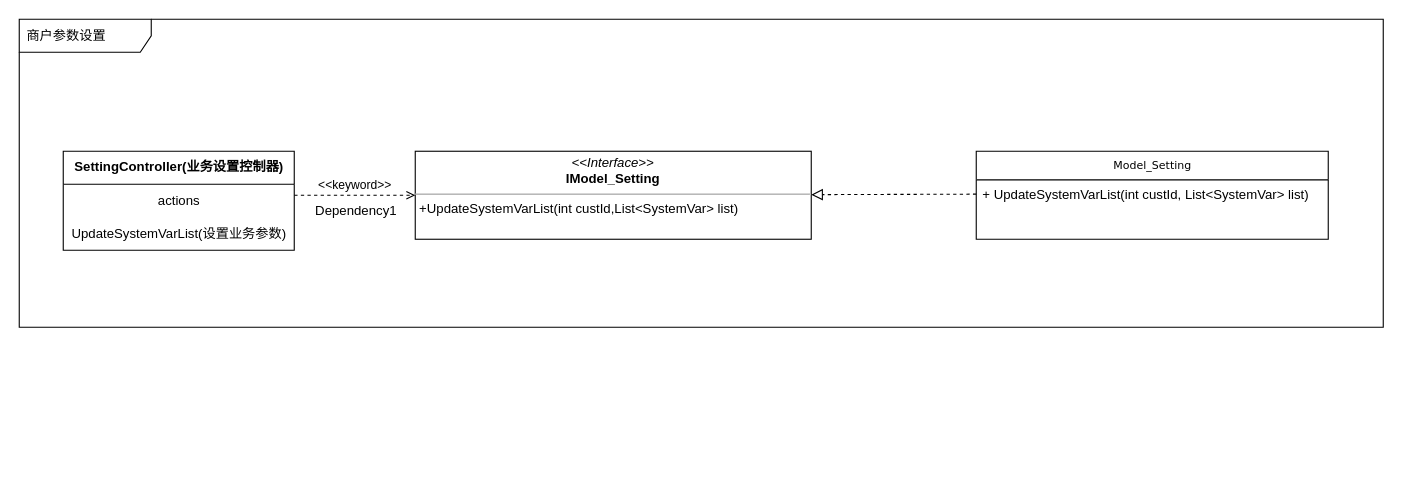
This is Kemai/后台商户参数设置类图.drawio from noobwu/diagrams, a draw.io file, before an edit. Source tidied: cells renumbered, new cells numbered last; positions are measured from the earlier drawing's top-left corner, leaving out a move shared by most shapes. Both pictures are drawn from the tidied source at 110%, with x=0, y=0 at pixel (19, 19).
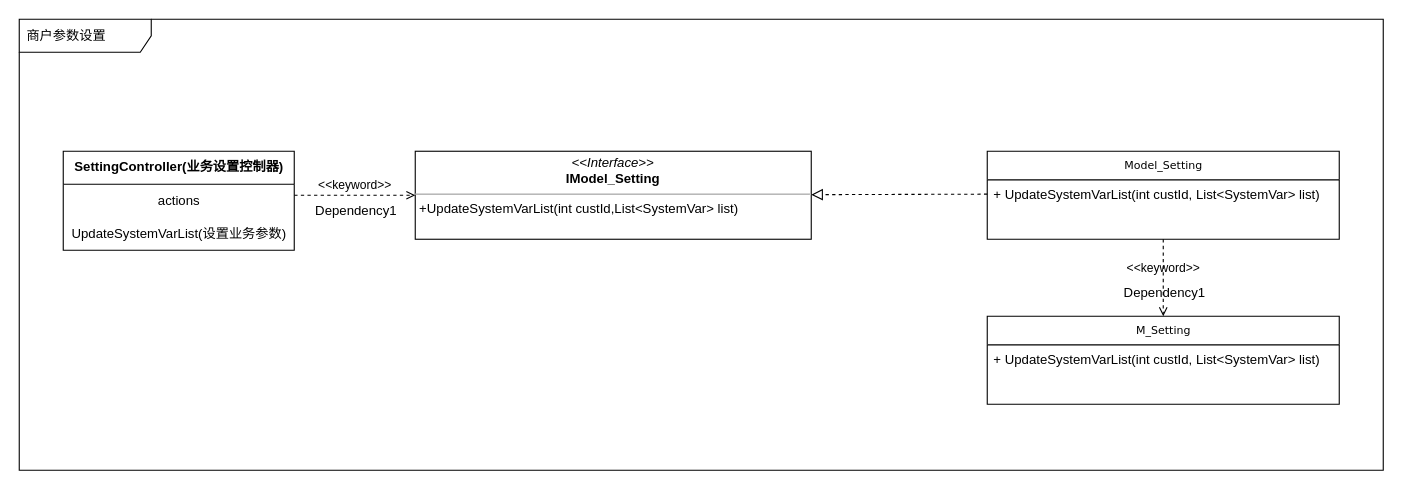
Above is the later version.

Commit message (it also covers changes not shown here):
Update 后台商户参数设置类图.drawio

The edit, as a diff of the source:
```diff
@@
 <mxGraphModel>
   <root>
     <mxCell id="0" />
     <mxCell id="1" parent="0" />
     <mxCell id="2" value="商户参数设置" style="shape=umlFrame;whiteSpace=wrap;html=1;width=120;height=30;boundedLbl=1;verticalAlign=middle;align=left;spacingLeft=5;" parent="1" vertex="1">
-      <mxGeometry width="1240" height="280" as="geometry" />
+      <mxGeometry width="1240" height="410" as="geometry" />
     </mxCell>
     <mxCell id="3" value="SettingController(业务设置控制器)" style="swimlane;fontStyle=1;align=center;verticalAlign=top;horizontal=1;startSize=30;html=1;fillColor=default;" parent="1" vertex="1">
       <mxGeometry x="40" y="120" width="210" height="90" as="geometry" />
     </mxCell>
     <mxCell id="4" value="actions" style="html=1;strokeColor=none;fillColor=none;align=center;verticalAlign=middle;spacingLeft=4;spacingRight=4;" parent="3" vertex="1">
       <mxGeometry y="30" width="210" height="30" as="geometry" />
     </mxCell>
     <mxCell id="5" value="UpdateSystemVarList(设置业务参数)" style="html=1;strokeColor=none;fillColor=none;align=center;verticalAlign=middle;spacingLeft=4;spacingRight=4;" parent="3" vertex="1">
       <mxGeometry y="60" width="210" height="30" as="geometry" />
     </mxCell>
     <mxCell id="6" value="&lt;p style=&quot;margin: 0px ; margin-top: 4px ; text-align: center&quot;&gt;&lt;i&gt;&amp;lt;&amp;lt;Interface&amp;gt;&amp;gt;&lt;/i&gt;&lt;br&gt;&lt;b&gt;IModel_Setting&lt;/b&gt;&lt;/p&gt;&lt;hr size=&quot;1&quot;&gt;&lt;p style=&quot;margin: 0px ; margin-left: 4px&quot;&gt;+UpdateSystemVarList(int custId,List&amp;lt;SystemVar&amp;gt; list)&lt;br&gt;&lt;br&gt;&lt;/p&gt;" style="verticalAlign=top;align=left;overflow=fill;fontSize=12;fontFamily=Helvetica;html=1;rounded=0;shadow=0;comic=0;labelBackgroundColor=none;strokeWidth=1;" parent="1" vertex="1">
       <mxGeometry x="360" y="120" width="360" height="80" as="geometry" />
     </mxCell>
     <mxCell id="7" value="Model_Setting" style="swimlane;html=1;fontStyle=0;horizontal=1;startSize=26;fillColor=none;swimlaneFillColor=#ffffff;rounded=0;shadow=0;comic=0;labelBackgroundColor=none;strokeWidth=1;fontFamily=Verdana;fontSize=10;align=center;" parent="1" vertex="1">
-      <mxGeometry x="870" y="120" width="320" height="80" as="geometry" />
+      <mxGeometry x="880" y="120" width="320" height="80" as="geometry" />
     </mxCell>
     <mxCell id="8" value="+&amp;nbsp;UpdateSystemVarList(int custId, List&amp;lt;SystemVar&amp;gt; list)" style="text;html=1;strokeColor=none;fillColor=none;align=left;verticalAlign=top;spacingLeft=4;spacingRight=4;whiteSpace=wrap;overflow=hidden;points=[[0,0.5],[1,0.5]];portConstraint=eastwest;" parent="7" vertex="1">
       <mxGeometry y="26" width="320" height="26" as="geometry" />
     </mxCell>
     <mxCell id="9" value="&amp;lt;&amp;lt;keyword&amp;gt;&amp;gt;" style="endArrow=open;html=1;rounded=0;align=center;verticalAlign=bottom;dashed=1;endFill=0;labelBackgroundColor=none;" parent="1" edge="1">
       <mxGeometry relative="1" as="geometry">
         <mxPoint x="250" y="160" as="sourcePoint" />
         <mxPoint x="360" y="160" as="targetPoint" />
       </mxGeometry>
     </mxCell>
     <mxCell id="10" value="Dependency1" style="html=1;align=center;verticalAlign=top;labelBackgroundColor=none;fillColor=default;" parent="9" vertex="1">
       <mxGeometry relative="1" as="geometry" />
     </mxCell>
     <mxCell id="11" style="endArrow=block;startArrow=none;endFill=0;startFill=0;endSize=8;html=1;verticalAlign=bottom;dashed=1;labelBackgroundColor=none;rounded=0;exitX=0;exitY=0.5;exitDx=0;exitDy=0;" parent="1" edge="1" source="8" target="6">
       <mxGeometry relative="1" as="geometry" />
     </mxCell>
+    <mxCell id="12" value="M_Setting" style="swimlane;html=1;fontStyle=0;horizontal=1;startSize=26;fillColor=none;swimlaneFillColor=#ffffff;rounded=0;shadow=0;comic=0;labelBackgroundColor=none;strokeWidth=1;fontFamily=Verdana;fontSize=10;align=center;" parent="1" vertex="1">
+      <mxGeometry x="880" y="270" width="320" height="80" as="geometry" />
+    </mxCell>
+    <mxCell id="13" value="+&amp;nbsp;UpdateSystemVarList(int custId, List&amp;lt;SystemVar&amp;gt; list)" style="text;html=1;strokeColor=none;fillColor=none;align=left;verticalAlign=top;spacingLeft=4;spacingRight=4;whiteSpace=wrap;overflow=hidden;" parent="12" vertex="1">
+      <mxGeometry y="26" width="320" height="26" as="geometry" />
+    </mxCell>
+    <mxCell id="14" value="&amp;lt;&amp;lt;keyword&amp;gt;&amp;gt;" style="endArrow=open;html=1;rounded=0;align=center;verticalAlign=bottom;dashed=1;endFill=0;labelBackgroundColor=none;entryX=0.5;entryY=0;entryDx=0;entryDy=0;exitX=0.5;exitY=1;exitDx=0;exitDy=0;" parent="1" edge="1" source="7" target="12">
+      <mxGeometry relative="1" as="geometry" />
+    </mxCell>
+    <mxCell id="15" value="Dependency1" style="html=1;align=center;verticalAlign=top;labelBackgroundColor=none;fillColor=default;" parent="14" vertex="1">
+      <mxGeometry relative="1" as="geometry" />
+    </mxCell>
   </root>
 </mxGraphModel>
```
